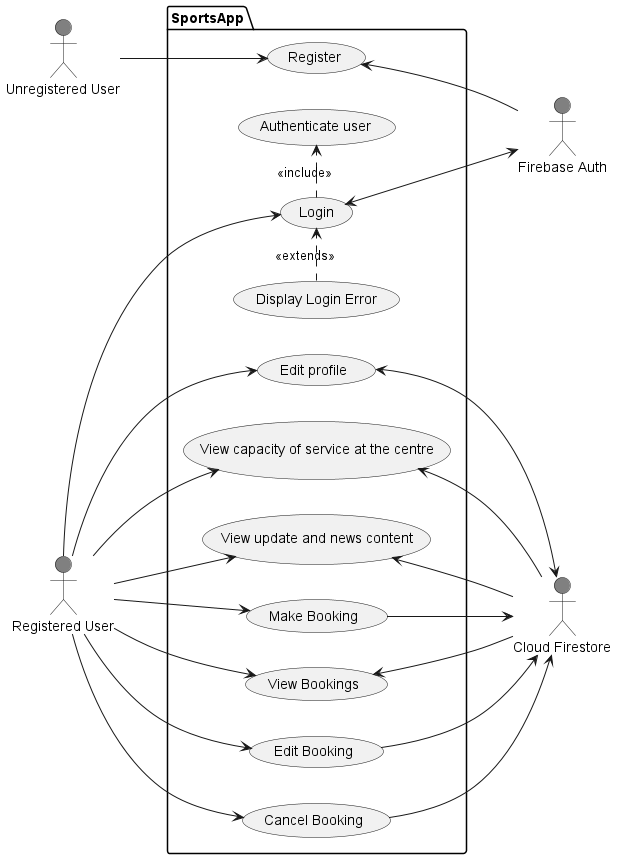
Before: out/puml/usecase/SportsAppUseCase.png, a diagram exported from PlantUML (AltTheo/UOP_sports_V2.0). Its diagram source:
```plantuml
@startuml SportsAppUseCase
left to right direction
actor unr as "Unregistered User" #grey
actor reg as "Registered User" #grey
actor Auth as "Firebase Auth" #grey
actor Data as "Cloud Firestore" #grey

Package SportsApp {
    unr --> (Register)
    reg --> (Login)
    (Login) .> (Authenticate user): <<include>>
    (Display Login Error) .> (Login): <<extends>>
    reg --> (Make Booking)
    reg --> (View Bookings)
    reg --> (Edit Booking)
    reg --> (Cancel Booking)
    reg --> (Edit profile)
    reg --> (View update and news content)
    reg --> (View capacity of service at the centre)
    (Login) <--> Auth
    (Register) <--  Auth
    (Make Booking) --> Data
    (Edit Booking) --> Data
    (Cancel Booking) --> Data
    (Edit profile) <--> Data
    (View update and news content) <-- Data
    (View capacity of service at the centre) <-- Data
    (View Bookings) <-- Data
}
@enduml
```
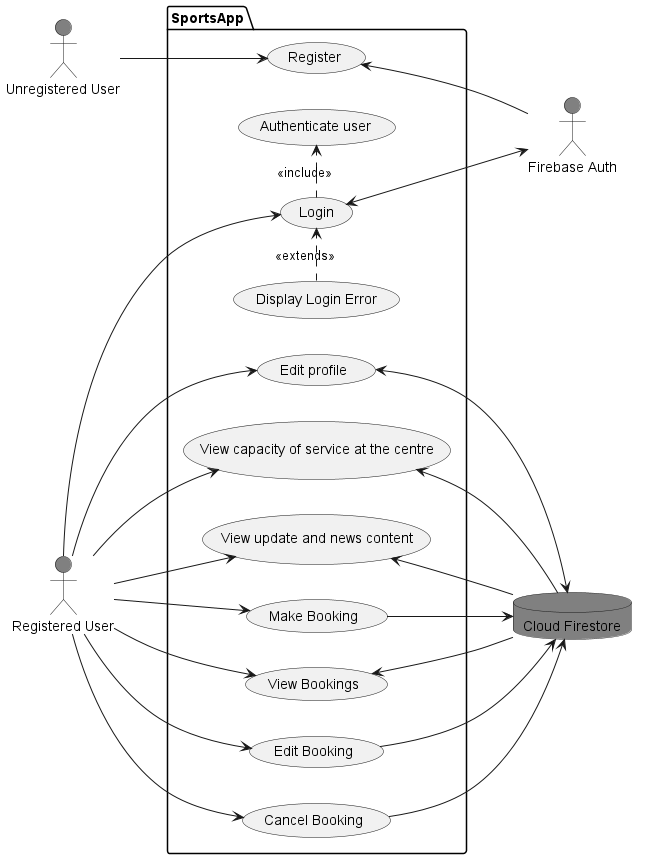
The same file after the commit.

Commit message:
added architecture UML

The edit, as a diff of the source:
```diff
@@ -3,7 +3,7 @@
 actor unr as "Unregistered User" #grey
 actor reg as "Registered User" #grey
 actor Auth as "Firebase Auth" #grey
-actor Data as "Cloud Firestore" #grey
+database Data as "Cloud Firestore" #grey
 
 Package SportsApp {
     unr --> (Register)
```
